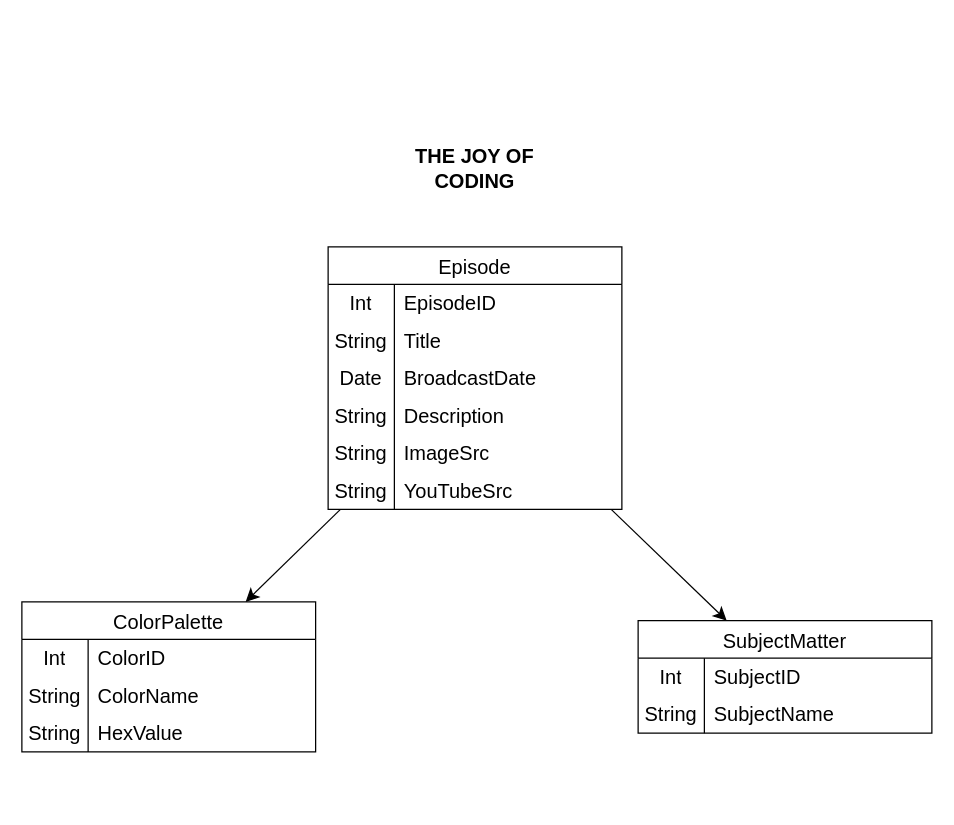
alixvox/holbertonschool-the-joy-of-painting-api keeps this draw.io diagram as The Joy of Coding.drawio. Above is the earlier version. Source tidied: cells renumbered, new cells numbered last; positions are measured from the earlier drawing's top-left corner, leaving out a move shared by most shapes. Both pictures are drawn from the tidied source at 125%, with x=0, y=0 at pixel (21, 109).
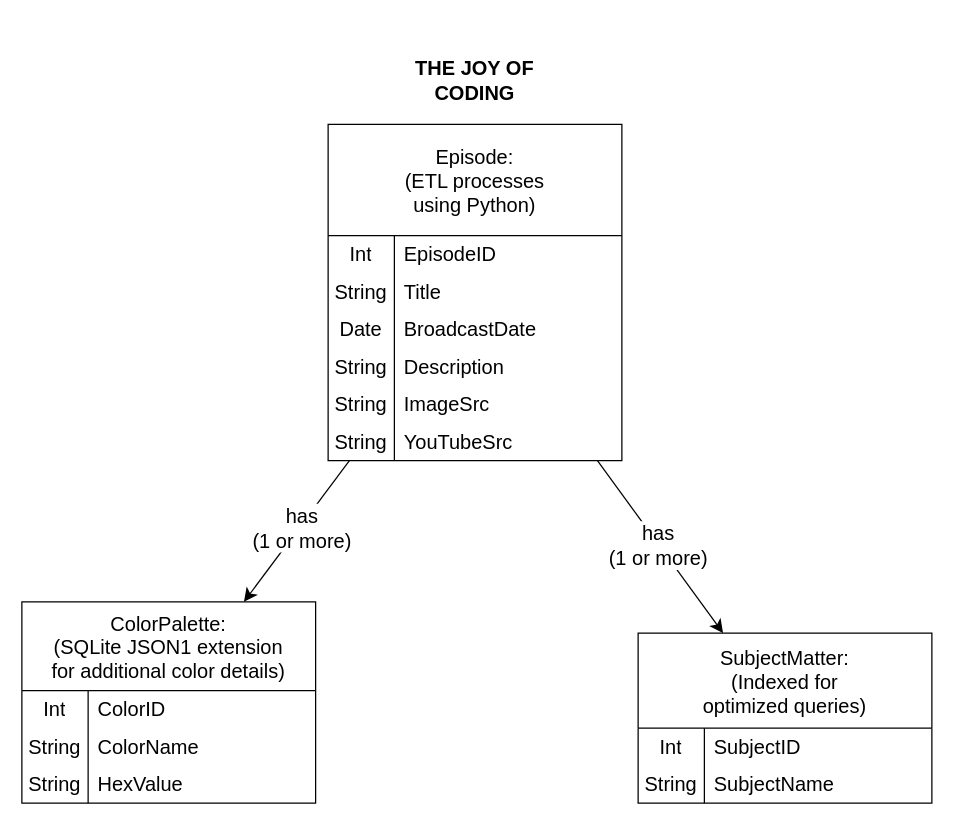
The same page after the edit.

Unchanged cells that the change refers to:
```xml
<mxCell id="2" style="edgeStyle=none;curved=1;rounded=0;jettySize=auto;html=1;fontSize=12;startSize=8;endSize=8;" parent="1" edge="1" source="4" target="23">
  <mxGeometry relative="1" as="geometry" />
</mxCell>
<mxCell id="3" style="edgeStyle=none;curved=1;rounded=0;jettySize=auto;html=1;fontSize=12;startSize=8;endSize=8;" parent="1" edge="1" source="4" target="33">
  <mxGeometry relative="1" as="geometry" />
</mxCell>
```

The edit, as a diff of the source:
```diff
@@
+    <mxCell id="41" value="has&lt;br&gt;(1 or more)" style="edgeLabel;html=1;align=center;verticalAlign=middle;fontSize=16;" parent="2" vertex="1">
+      <mxGeometry x="-0.07" y="1" relative="1" as="geometry" />
+    </mxCell>
@@
+    <mxCell id="42" value="has&lt;br&gt;(1 or more)" style="edgeLabel;html=1;align=center;verticalAlign=middle;fontSize=16;" parent="3" vertex="1">
+      <mxGeometry x="-0.03" y="-1" relative="1" as="geometry" />
+    </mxCell>
-    <mxCell id="4" value="Episode" style="shape=table;startSize=30;childLayout=tableLayout;rowLines=0;fontStyle=0;strokeColor=default;fontSize=16;" parent="1" vertex="1">
-      <mxGeometry x="245" y="110" width="235" height="210" as="geometry" />
+    <mxCell id="4" value="Episode:&#10;(ETL processes&#10;using Python)" style="shape=table;startSize=89;childLayout=tableLayout;rowLines=0;fontStyle=0;strokeColor=default;fontSize=16;" parent="1" vertex="1">
+      <mxGeometry x="245" y="12" width="235" height="269" as="geometry" />
     </mxCell>
     <mxCell id="5" style="shape=tableRow;horizontal=0;startSize=0;swimlaneHead=0;swimlaneBody=0;top=0;left=0;bottom=0;right=0;fillColor=none;strokeColor=inherit;fontSize=16;" parent="4" vertex="1">
-      <mxGeometry y="30" width="235" height="30" as="geometry" />
+      <mxGeometry y="89" width="235" height="30" as="geometry" />
     </mxCell>
@@
     <mxCell id="8" style="shape=tableRow;horizontal=0;startSize=0;swimlaneHead=0;swimlaneBody=0;top=0;left=0;bottom=0;right=0;fillColor=none;strokeColor=inherit;fontSize=16;" parent="4" vertex="1">
-      <mxGeometry y="60" width="235" height="30" as="geometry" />
+      <mxGeometry y="119" width="235" height="30" as="geometry" />
     </mxCell>
@@
     <mxCell id="11" style="shape=tableRow;horizontal=0;startSize=0;swimlaneHead=0;swimlaneBody=0;top=0;left=0;bottom=0;right=0;fillColor=none;strokeColor=inherit;fontSize=16;" parent="4" vertex="1">
-      <mxGeometry y="90" width="235" height="30" as="geometry" />
+      <mxGeometry y="149" width="235" height="30" as="geometry" />
     </mxCell>
@@
     <mxCell id="14" style="shape=tableRow;horizontal=0;startSize=0;swimlaneHead=0;swimlaneBody=0;top=0;left=0;bottom=0;right=0;fillColor=none;strokeColor=inherit;fontSize=16;" parent="4" vertex="1">
-      <mxGeometry y="120" width="235" height="30" as="geometry" />
+      <mxGeometry y="179" width="235" height="30" as="geometry" />
     </mxCell>
@@
     <mxCell id="17" style="shape=tableRow;horizontal=0;startSize=0;swimlaneHead=0;swimlaneBody=0;top=0;left=0;bottom=0;right=0;fillColor=none;strokeColor=inherit;fontSize=16;" parent="4" vertex="1">
-      <mxGeometry y="150" width="235" height="30" as="geometry" />
+      <mxGeometry y="209" width="235" height="30" as="geometry" />
     </mxCell>
@@
     <mxCell id="20" style="shape=tableRow;horizontal=0;startSize=0;swimlaneHead=0;swimlaneBody=0;top=0;left=0;bottom=0;right=0;fillColor=none;strokeColor=inherit;fontSize=16;" parent="4" vertex="1">
-      <mxGeometry y="180" width="235" height="30" as="geometry" />
+      <mxGeometry y="239" width="235" height="30" as="geometry" />
     </mxCell>
@@
-    <mxCell id="23" value="ColorPalette" style="shape=table;startSize=30;childLayout=tableLayout;rowLines=0;fontStyle=0;strokeColor=default;fontSize=16;" parent="1" vertex="1">
-      <mxGeometry y="394" width="235" height="120" as="geometry" />
+    <mxCell id="23" value="ColorPalette:&#10;(SQLite JSON1 extension&#10;for additional color details)" style="shape=table;startSize=71;childLayout=tableLayout;rowLines=0;fontStyle=0;strokeColor=default;fontSize=16;" parent="1" vertex="1">
+      <mxGeometry y="394" width="235" height="161" as="geometry" />
     </mxCell>
     <mxCell id="24" style="shape=tableRow;horizontal=0;startSize=0;swimlaneHead=0;swimlaneBody=0;top=0;left=0;bottom=0;right=0;fillColor=none;strokeColor=inherit;fontSize=16;" parent="23" vertex="1">
-      <mxGeometry y="30" width="235" height="30" as="geometry" />
+      <mxGeometry y="71" width="235" height="30" as="geometry" />
     </mxCell>
@@
     <mxCell id="27" style="shape=tableRow;horizontal=0;startSize=0;swimlaneHead=0;swimlaneBody=0;top=0;left=0;bottom=0;right=0;fillColor=none;strokeColor=inherit;fontSize=16;" parent="23" vertex="1">
-      <mxGeometry y="60" width="235" height="30" as="geometry" />
+      <mxGeometry y="101" width="235" height="30" as="geometry" />
     </mxCell>
@@
     <mxCell id="30" style="shape=tableRow;horizontal=0;startSize=0;swimlaneHead=0;swimlaneBody=0;top=0;left=0;bottom=0;right=0;fillColor=none;strokeColor=inherit;fontSize=16;" parent="23" vertex="1">
-      <mxGeometry y="90" width="235" height="30" as="geometry" />
+      <mxGeometry y="131" width="235" height="30" as="geometry" />
     </mxCell>
@@
-    <mxCell id="33" value="SubjectMatter" style="shape=table;startSize=30;childLayout=tableLayout;rowLines=0;fontStyle=0;strokeColor=default;fontSize=16;" parent="1" vertex="1">
-      <mxGeometry x="493" y="409" width="235" height="90" as="geometry" />
+    <mxCell id="33" value="SubjectMatter:&#10;(Indexed for&#10;optimized queries)" style="shape=table;startSize=76;childLayout=tableLayout;rowLines=0;fontStyle=0;strokeColor=default;fontSize=16;" parent="1" vertex="1">
+      <mxGeometry x="493" y="419" width="235" height="136" as="geometry" />
     </mxCell>
     <mxCell id="34" style="shape=tableRow;horizontal=0;startSize=0;swimlaneHead=0;swimlaneBody=0;top=0;left=0;bottom=0;right=0;fillColor=none;strokeColor=inherit;fontSize=16;" parent="33" vertex="1">
-      <mxGeometry y="30" width="235" height="30" as="geometry" />
+      <mxGeometry y="76" width="235" height="30" as="geometry" />
     </mxCell>
@@
     <mxCell id="37" style="shape=tableRow;horizontal=0;startSize=0;swimlaneHead=0;swimlaneBody=0;top=0;left=0;bottom=0;right=0;fillColor=none;strokeColor=inherit;fontSize=16;" parent="33" vertex="1">
-      <mxGeometry y="60" width="235" height="30" as="geometry" />
+      <mxGeometry y="106" width="235" height="30" as="geometry" />
     </mxCell>
@@
     <mxCell id="40" value="&lt;b&gt;THE JOY OF CODING&lt;/b&gt;" style="text;strokeColor=none;fillColor=none;html=1;align=center;verticalAlign=middle;whiteSpace=wrap;rounded=0;fontSize=16;" parent="1" vertex="1">
-      <mxGeometry x="288.2" width="148.5" height="94" as="geometry" />
+      <mxGeometry x="288.2" y="-70" width="148.5" height="94" as="geometry" />
     </mxCell>
```
